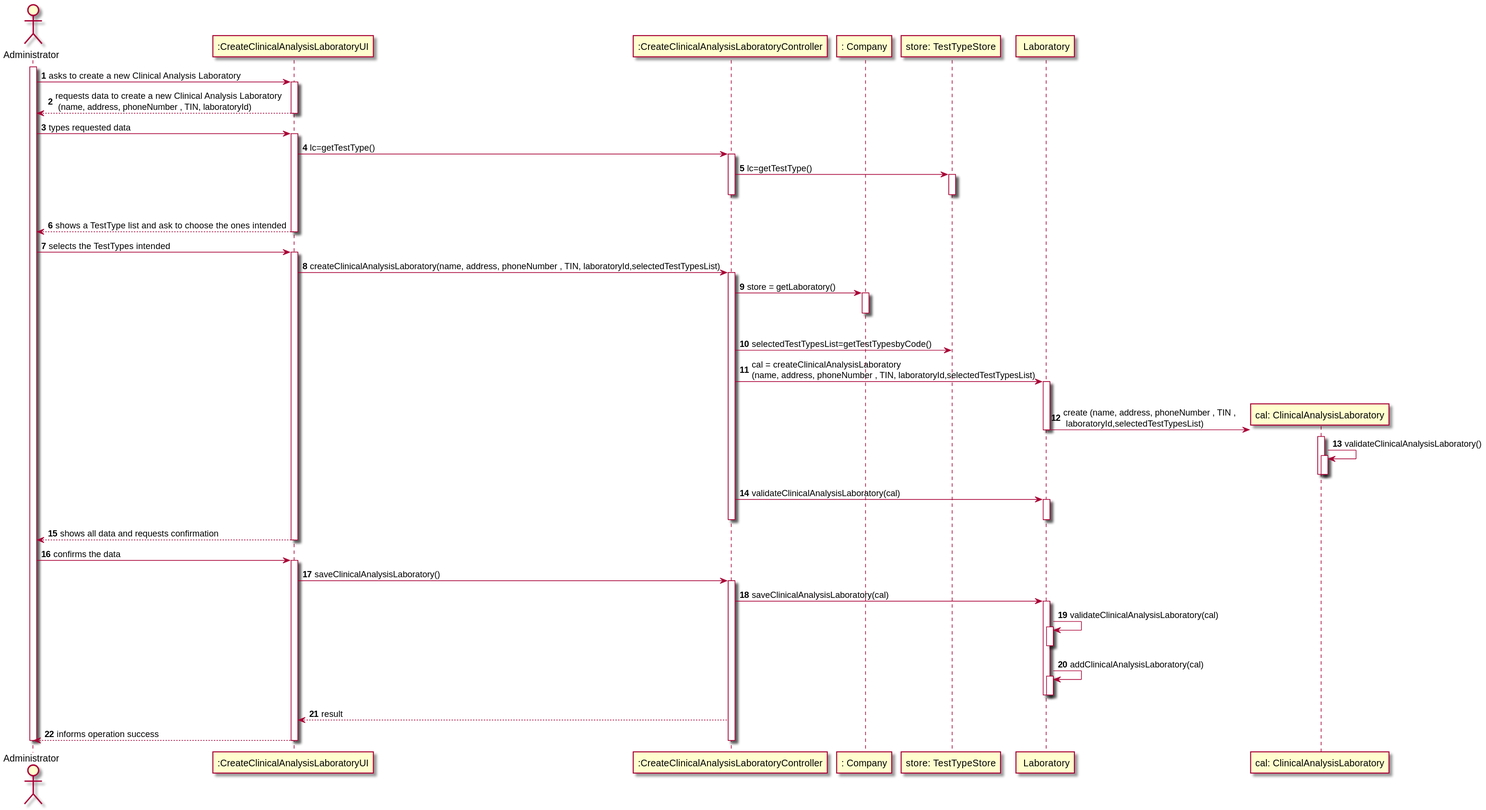
manu-07-ela/LAPR2_ISEP keeps this PlantUML diagram as docs/SprintB/US08/US08_SD.svg. Above is the earlier version. Source of this version:
```plantuml
@startuml
autonumber
actor "Administrator" as ADM

participant ":CreateClinicalAnalysisLaboratoryUI" as UI
participant ":CreateClinicalAnalysisLaboratoryController" as CTRL
participant ": Company" as Comp
participant "store: TestTypeStore" as TTS
participant " Laboratory" as LAB
participant "cal: ClinicalAnalysisLaboratory" as CAL

activate ADM
ADM -> UI : asks to create a new Clinical Analysis Laboratory
activate UI
UI --> ADM : requests data to create a new Clinical Analysis Laboratory \n (name, address, phoneNumber , TIN, laboratoryId)
deactivate UI

ADM -> UI : types requested data
activate UI

UI -> CTRL : lc=getTestType()
activate CTRL

CTRL -> TTS : lc=getTestType()
activate TTS
|||
deactivate TTS
deactivate CTRL

UI --> ADM : shows a TestType list and ask to choose the ones intended
deactivate UI

ADM -> UI : selects the TestTypes intended
activate UI

UI -> CTRL : createClinicalAnalysisLaboratory(name, address, phoneNumber , TIN, laboratoryId,selectedTestTypesList)
activate CTRL

CTRL -> Comp : store = getLaboratory()
activate Comp
|||
deactivate Comp

CTRL -> TTS : selectedTestTypesList=getTestTypesbyCode()

CTRL -> LAB: cal = createClinicalAnalysisLaboratory\n(name, address, phoneNumber , TIN, laboratoryId,selectedTestTypesList)
activate LAB
|||
LAB -> CAL**: create (name, address, phoneNumber , TIN ,\n laboratoryId,selectedTestTypesList)
deactivate LAB

activate CAL
CAL -> CAL: validateClinicalAnalysisLaboratory()
activate CAL
deactivate CAL
deactivate CAL

CTRL -> LAB : validateClinicalAnalysisLaboratory(cal)
activate LAB
deactivate LAB
deactivate CTRL

UI --> ADM: shows all data and requests confirmation
deactivate CTRL
deactivate UI

ADM -> UI : confirms the data
activate UI
UI -> CTRL : saveClinicalAnalysisLaboratory()
activate CTRL

CTRL -> LAB : saveClinicalAnalysisLaboratory(cal)
activate LAB

LAB -> LAB: validateClinicalAnalysisLaboratory(cal)
activate LAB
deactivate LAB
LAB -> LAB: addClinicalAnalysisLaboratory(cal)
activate LAB
deactivate LAB
deactivate LAB

CTRL --> UI : result

UI --> ADM : informs operation success
deactivate CTRL
deactivate UI

deactivate ADM

@enduml
```
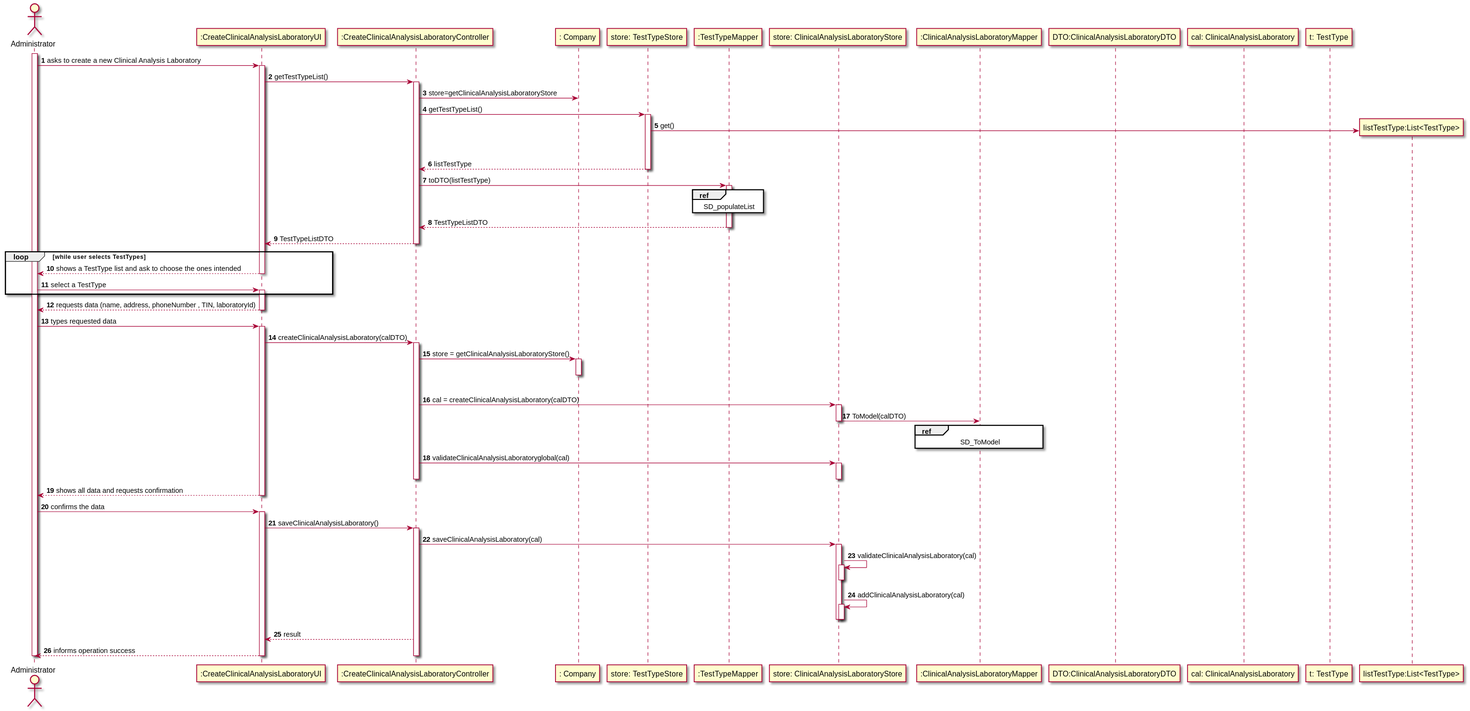
After the change.

What changed in the source:
```diff
@@ -6,58 +6,74 @@
 participant ":CreateClinicalAnalysisLaboratoryController" as CTRL
 participant ": Company" as Comp
 participant "store: TestTypeStore" as TTS
-participant " Laboratory" as LAB
+participant ":TestTypeMapper" as MapperTT
+participant "store: ClinicalAnalysisLaboratoryStore" as CALStore
+participant ":ClinicalAnalysisLaboratoryMapper" as MapperCal
+participant "DTO:ClinicalAnalysisLaboratoryDTO" as CALDTO
 participant "cal: ClinicalAnalysisLaboratory" as CAL
+participant "t: TestType" as TT
 
 activate ADM
 ADM -> UI : asks to create a new Clinical Analysis Laboratory
 activate UI
-UI --> ADM : requests data to create a new Clinical Analysis Laboratory \n (name, address, phoneNumber , TIN, laboratoryId)
+UI -> CTRL : getTestTypeList()
+activate CTRL
+
+CTRL -> Comp : store=getClinicalAnalysisLaboratoryStore
+CTRL -> TTS : getTestTypeList()
+activate TTS
+TTS -> "listTestType:List<TestType>"** : get()
+
+|||
+
+TTS --> CTRL : listTestType
+deactivate TTS
+
+CTRL -> MapperTT :toDTO(listTestType)
+activate MapperTT
+ref over MapperTT
+SD_populateList
+end ref
+MapperTT --> CTRL : TestTypeListDTO
+deactivate MapperTT
+CTRL --> UI : TestTypeListDTO
+deactivate CTRL
+loop while user selects TestTypes
+UI --> ADM : shows a TestType list and ask to choose the ones intended
+deactivate UI
+
+ADM -> UI : select a TestType
+activate UI
+end
+UI --> ADM : requests data (name, address, phoneNumber , TIN, laboratoryId)
 deactivate UI
 
 ADM -> UI : types requested data
 activate UI
 
-UI -> CTRL : lc=getTestType()
+UI -> CTRL : createClinicalAnalysisLaboratory(calDTO)
 activate CTRL
 
-CTRL -> TTS : lc=getTestType()
-activate TTS
-|||
-deactivate TTS
-deactivate CTRL
 
-UI --> ADM : shows a TestType list and ask to choose the ones intended
-deactivate UI
 
-ADM -> UI : selects the TestTypes intended
-activate UI
-
-UI -> CTRL : createClinicalAnalysisLaboratory(name, address, phoneNumber , TIN, laboratoryId,selectedTestTypesList)
-activate CTRL
-
-CTRL -> Comp : store = getLaboratory()
+CTRL -> Comp : store = getClinicalAnalysisLaboratoryStore()
 activate Comp
 |||
 deactivate Comp
+CTRL -> CALStore: cal = createClinicalAnalysisLaboratory(calDTO)
+activate CALStore
+CALStore -> MapperCal : ToModel(calDTO)
+deactivate CALStore
+deactivate Comp
 
-CTRL -> TTS : selectedTestTypesList=getTestTypesbyCode()
 
-CTRL -> LAB: cal = createClinicalAnalysisLaboratory\n(name, address, phoneNumber , TIN, laboratoryId,selectedTestTypesList)
-activate LAB
-|||
-LAB -> CAL**: create (name, address, phoneNumber , TIN ,\n laboratoryId,selectedTestTypesList)
-deactivate LAB
+ref over MapperCal
+SD_ToModel
+end ref
 
-activate CAL
-CAL -> CAL: validateClinicalAnalysisLaboratory()
-activate CAL
-deactivate CAL
-deactivate CAL
-
-CTRL -> LAB : validateClinicalAnalysisLaboratory(cal)
-activate LAB
-deactivate LAB
+CTRL -> CALStore : validateClinicalAnalysisLaboratoryglobal(cal)
+activate CALStore
+deactivate CALStore
 deactivate CTRL
 
 UI --> ADM: shows all data and requests confirmation
@@ -69,16 +85,17 @@
 UI -> CTRL : saveClinicalAnalysisLaboratory()
 activate CTRL
 
-CTRL -> LAB : saveClinicalAnalysisLaboratory(cal)
-activate LAB
+CTRL -> CALStore : saveClinicalAnalysisLaboratory(cal)
+activate CALStore
 
-LAB -> LAB: validateClinicalAnalysisLaboratory(cal)
-activate LAB
-deactivate LAB
-LAB -> LAB: addClinicalAnalysisLaboratory(cal)
-activate LAB
-deactivate LAB
-deactivate LAB
+CALStore -> CALStore: validateClinicalAnalysisLaboratory(cal)
+activate CALStore
+deactivate CALStore
+
+CALStore -> CALStore: addClinicalAnalysisLaboratory(cal)
+activate CALStore
+deactivate CALStore
+deactivate CALStore
 
 CTRL --> UI : result
 
```
